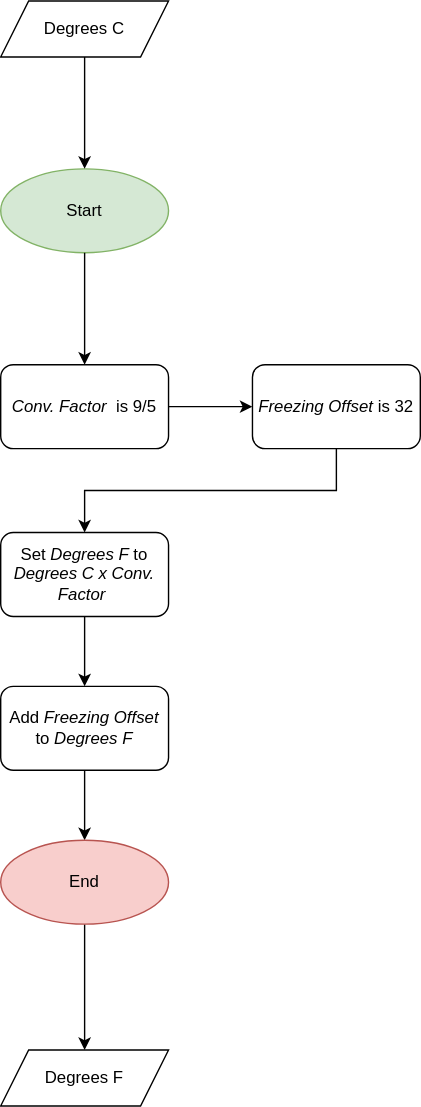
Above: Tech_Elevator_Variables.drawio.svg in mpricamz/TechElevatorOpen (draw.io), before the change. Source tidied: cells renumbered, new cells last; positions are measured from the earlier drawing's top-left corner, leaving out a move shared by most shapes.
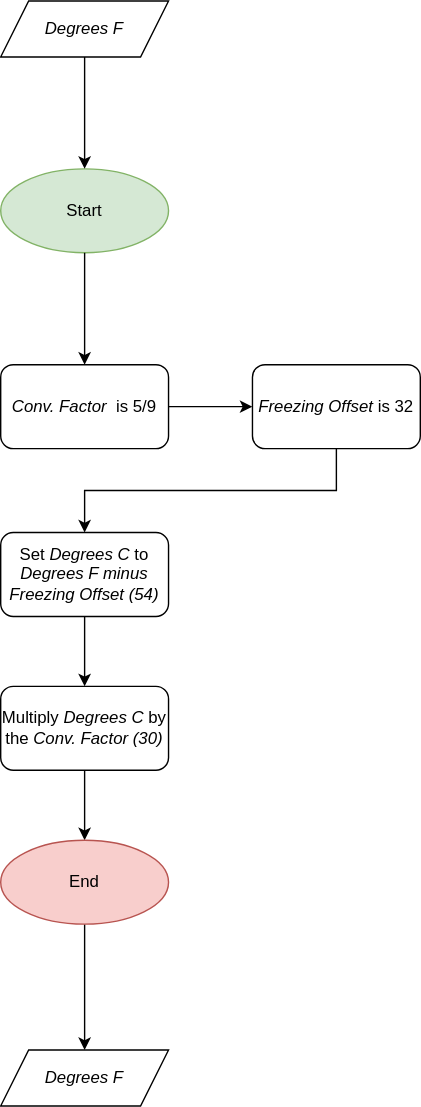
Above is the later version.

The edit, as a diff of the source:
```diff
@@ -10,7 +10,7 @@
         <mxPoint x="180" y="290" as="targetPoint" />
       </mxGeometry>
     </mxCell>
-    <mxCell id="4" value="&lt;i&gt;Conv. Factor&amp;nbsp; &lt;/i&gt;is 9/5" style="&lt;mxGraphModel&gt;&lt;root&gt;&lt;mxCell id=&quot;0&quot;/&gt;&lt;mxCell id=&quot;1&quot; parent=&quot;0&quot;/&gt;&lt;mxCell id=&quot;2&quot; value=&quot;&quot; style=&quot;rounded=1;whiteSpace=wrap;html=1;&quot; vertex=&quot;1&quot; parent=&quot;1&quot;&gt;&lt;mxGeometry x=&quot;360&quot; y=&quot;530&quot; width=&quot;120&quot; height=&quot;60&quot; as=&quot;geometry&quot;/&gt;&lt;/mxCell&gt;&lt;/root&gt;&lt;/mxGraphModel&gt;;rounded=1;" parent="1" vertex="1">
+    <mxCell id="4" value="&lt;i&gt;Conv. Factor&amp;nbsp; &lt;/i&gt;is 5/9" style="&lt;mxGraphModel&gt;&lt;root&gt;&lt;mxCell id=&quot;0&quot;/&gt;&lt;mxCell id=&quot;1&quot; parent=&quot;0&quot;/&gt;&lt;mxCell id=&quot;2&quot; value=&quot;&quot; style=&quot;rounded=1;whiteSpace=wrap;html=1;&quot; vertex=&quot;1&quot; parent=&quot;1&quot;&gt;&lt;mxGeometry x=&quot;360&quot; y=&quot;530&quot; width=&quot;120&quot; height=&quot;60&quot; as=&quot;geometry&quot;/&gt;&lt;/mxCell&gt;&lt;/root&gt;&lt;/mxGraphModel&gt;;rounded=1;" parent="1" vertex="1">
       <mxGeometry y="260" width="120" height="60" as="geometry" />
     </mxCell>
     <mxCell id="5" style="endArrow=classic;html=1;rounded=0;exitX=0.5;exitY=1;exitDx=0;exitDy=0;entryX=0.5;entryY=0;entryDx=0;entryDy=0;" parent="1" edge="1" source="2" target="4">
@@ -25,13 +25,13 @@
     <mxCell id="8" style="edgeStyle=orthogonalEdgeStyle;rounded=0;jettySize=auto;html=1;exitX=0.5;exitY=1;exitDx=0;exitDy=0;" parent="1" edge="1" source="9" target="11">
       <mxGeometry relative="1" as="geometry" />
     </mxCell>
-    <mxCell id="9" value="Set &lt;i&gt;Degrees F&lt;/i&gt;&amp;nbsp;to &lt;i&gt;Degrees C x Conv. Factor&amp;nbsp;&lt;/i&gt;" style="rounded=1;whiteSpace=wrap;html=1;" parent="1" vertex="1">
+    <mxCell id="9" value="Set &lt;i&gt;Degrees C&amp;nbsp;&lt;/i&gt;to &lt;i&gt;Degrees F minus Freezing Offset (54)&lt;/i&gt;" style="rounded=1;whiteSpace=wrap;html=1;" parent="1" vertex="1">
       <mxGeometry y="380" width="120" height="60" as="geometry" />
     </mxCell>
     <mxCell id="10" style="edgeStyle=orthogonalEdgeStyle;rounded=0;jettySize=auto;html=1;exitX=0.5;exitY=1;exitDx=0;exitDy=0;entryX=0.5;entryY=0;entryDx=0;entryDy=0;" parent="1" edge="1" source="11" target="13">
       <mxGeometry relative="1" as="geometry" />
     </mxCell>
-    <mxCell id="11" value="Add &lt;i&gt;Freezing Offset&lt;/i&gt; to &lt;i&gt;Degrees F&lt;/i&gt;" style="rounded=1;whiteSpace=wrap;html=1;" parent="1" vertex="1">
+    <mxCell id="11" value="Multiply&lt;i&gt; Degrees C &lt;/i&gt;by the &lt;i&gt;Conv. Factor (30)&lt;/i&gt;" style="rounded=1;whiteSpace=wrap;html=1;" parent="1" vertex="1">
       <mxGeometry y="490" width="120" height="60" as="geometry" />
     </mxCell>
     <mxCell id="12" style="edgeStyle=orthogonalEdgeStyle;rounded=0;jettySize=auto;html=1;entryX=0.5;entryY=0;entryDx=0;entryDy=0;" parent="1" edge="1" source="13" target="16">
@@ -43,10 +43,10 @@
     <mxCell id="14" style="edgeStyle=orthogonalEdgeStyle;rounded=0;jettySize=auto;html=1;entryX=0.5;entryY=0;entryDx=0;entryDy=0;" parent="1" edge="1" source="15" target="2">
       <mxGeometry relative="1" as="geometry" />
     </mxCell>
-    <mxCell id="15" value="Degrees C" style="shape=parallelogram;perimeter=parallelogramPerimeter;whiteSpace=wrap;html=1;fixedSize=1;" parent="1" vertex="1">
+    <mxCell id="15" value="&lt;i&gt;Degrees F&lt;/i&gt;" style="shape=parallelogram;perimeter=parallelogramPerimeter;whiteSpace=wrap;html=1;fixedSize=1;" parent="1" vertex="1">
       <mxGeometry width="120" height="40" as="geometry" />
     </mxCell>
-    <mxCell id="16" value="Degrees F" style="shape=parallelogram;perimeter=parallelogramPerimeter;whiteSpace=wrap;html=1;fixedSize=1;" parent="1" vertex="1">
+    <mxCell id="16" value="&lt;i&gt;Degrees F&lt;/i&gt;" style="shape=parallelogram;perimeter=parallelogramPerimeter;whiteSpace=wrap;html=1;fixedSize=1;" parent="1" vertex="1">
       <mxGeometry y="750" width="120" height="40" as="geometry" />
     </mxCell>
   </root>
```
